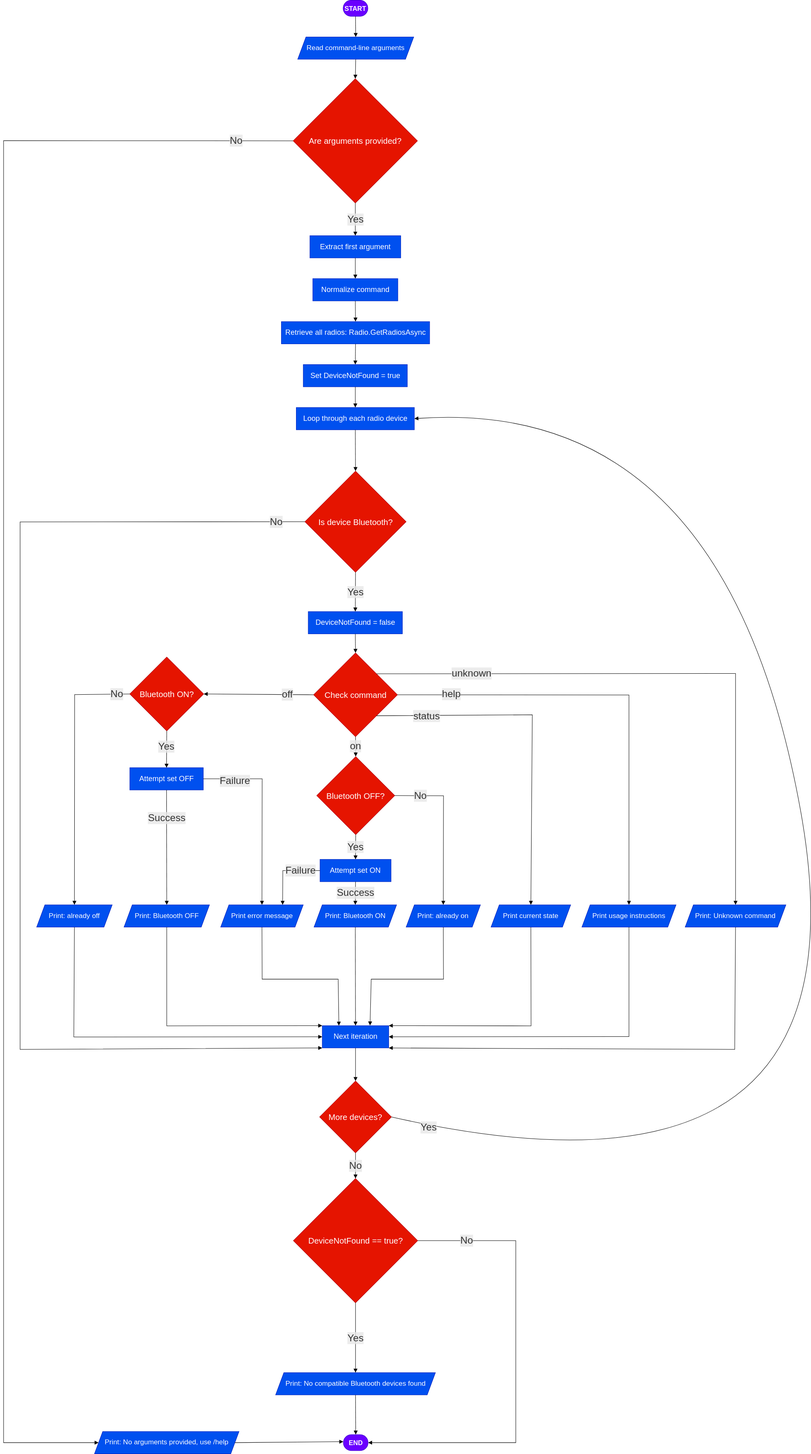
Earlier version of the draw.io export Bluetooth.drawio.svg (KiyomizuSuzu/Bluetooth). Source tidied: cells renumbered, new cells last; positions are measured from the earlier drawing's top-left corner, leaving out a move shared by most shapes.
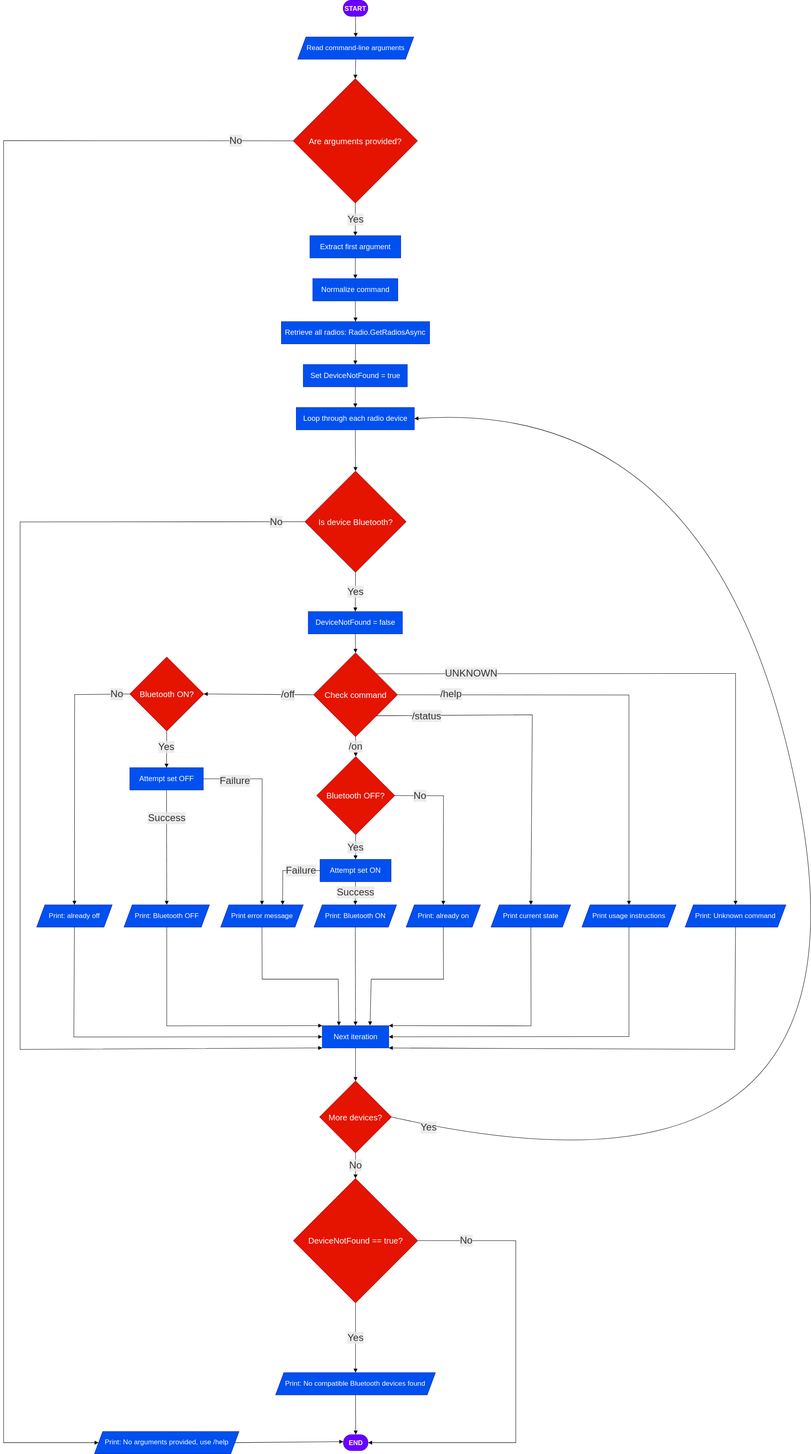
After the change.

Change to the diagram source:
```diff
@@ -138,7 +138,7 @@
     <mxCell id="43" style="curved=1;startArrow=none;endArrow=block;endSize=7;exitX=0.5;exitY=1;entryX=0.5;entryY=0;rounded=0;" parent="1" edge="1" source="14" target="15">
       <mxGeometry relative="1" as="geometry" />
     </mxCell>
-    <mxCell id="44" value="off" style="curved=1;startArrow=none;endArrow=block;endSize=7;html=1;fontSize=24;labelBackgroundColor=light-dark(#E8E8E88D,#2a2a2a8D);fontFamily=Trebuchet MS,Verdana,Arial,sans-serif;fontColor=light-dark(#333333,#cccccc);exitX=0;exitY=0.5;entryX=1;entryY=0.5;rounded=0;entryDx=0;entryDy=0;exitDx=0;exitDy=0;" parent="1" edge="1" source="15" target="16">
+    <mxCell id="44" value="/off" style="curved=1;startArrow=none;endArrow=block;endSize=7;html=1;fontSize=24;labelBackgroundColor=light-dark(#E8E8E88D,#2a2a2a8D);fontFamily=Trebuchet MS,Verdana,Arial,sans-serif;fontColor=light-dark(#333333,#cccccc);exitX=0;exitY=0.5;entryX=1;entryY=0.5;rounded=0;entryDx=0;entryDy=0;exitDx=0;exitDy=0;" parent="1" edge="1" source="15" target="16">
       <mxGeometry x="-0.53" relative="1" as="geometry" />
     </mxCell>
     <mxCell id="45" value="&lt;div&gt;No&lt;/div&gt;" style="curved=0;startArrow=none;endArrow=block;endSize=7;html=1;fontSize=24;labelBackgroundColor=light-dark(#E8E8E88D,#2a2a2a8D);fontFamily=Trebuchet MS,Verdana,Arial,sans-serif;fontColor=light-dark(#333333,#cccccc);exitX=0;exitY=0.5;rounded=0;exitDx=0;exitDy=0;entryX=0.5;entryY=0;entryDx=0;entryDy=0;" parent="1" edge="1" source="16" target="20">
@@ -161,7 +161,7 @@
     <mxCell id="48" value="Yes" style="curved=0;startArrow=none;endArrow=block;endSize=7;html=1;fontSize=24;labelBackgroundColor=light-dark(#E8E8E88D,#2a2a2a8D);fontFamily=Trebuchet MS,Verdana,Arial,sans-serif;fontColor=light-dark(#333333,#cccccc);exitX=0.5;exitY=1;rounded=0;exitDx=0;exitDy=0;entryX=0.5;entryY=0;entryDx=0;entryDy=0;" parent="1" edge="1" source="16" target="17">
       <mxGeometry x="-0.12" y="-1" relative="1" as="geometry" />
     </mxCell>
-    <mxCell id="49" value="on" style="curved=0;startArrow=none;endArrow=block;endSize=7;html=1;fontSize=24;labelBackgroundColor=light-dark(#E8E8E88D,#2a2a2a8D);fontFamily=Trebuchet MS,Verdana,Arial,sans-serif;fontColor=light-dark(#333333,#cccccc);exitX=0.5;exitY=1;entryX=0.5;entryY=0;rounded=0;exitDx=0;exitDy=0;" parent="1" edge="1" source="15" target="21">
+    <mxCell id="49" value="/on" style="curved=0;startArrow=none;endArrow=block;endSize=7;html=1;fontSize=24;labelBackgroundColor=light-dark(#E8E8E88D,#2a2a2a8D);fontFamily=Trebuchet MS,Verdana,Arial,sans-serif;fontColor=light-dark(#333333,#cccccc);exitX=0.5;exitY=1;entryX=0.5;entryY=0;rounded=0;exitDx=0;exitDy=0;" parent="1" edge="1" source="15" target="21">
       <mxGeometry relative="1" as="geometry" />
     </mxCell>
     <mxCell id="50" value="Yes" style="curved=1;startArrow=none;endArrow=block;endSize=7;html=1;fontSize=24;labelBackgroundColor=light-dark(#E8E8E88D,#2a2a2a8D);fontFamily=Trebuchet MS,Verdana,Arial,sans-serif;fontColor=light-dark(#333333,#cccccc);exitX=0.5;exitY=1;entryX=0.5;entryY=0;rounded=0;exitDx=0;exitDy=0;" parent="1" edge="1" source="21" target="22">
@@ -184,21 +184,21 @@
         </Array>
       </mxGeometry>
     </mxCell>
-    <mxCell id="54" value="status" style="curved=0;startArrow=none;endArrow=block;endSize=7;html=1;fontSize=24;labelBackgroundColor=light-dark(#E8E8E88D,#2a2a2a8D);fontFamily=Trebuchet MS,Verdana,Arial,sans-serif;fontColor=light-dark(#333333,#cccccc);entryX=0.5;entryY=0;rounded=0;exitX=1;exitY=1;exitDx=0;exitDy=0;" parent="1" edge="1" source="15" target="25">
+    <mxCell id="54" value="/status" style="curved=0;startArrow=none;endArrow=block;endSize=7;html=1;fontSize=24;labelBackgroundColor=light-dark(#E8E8E88D,#2a2a2a8D);fontFamily=Trebuchet MS,Verdana,Arial,sans-serif;fontColor=light-dark(#333333,#cccccc);entryX=0.5;entryY=0;rounded=0;exitX=1;exitY=1;exitDx=0;exitDy=0;" parent="1" edge="1" source="15" target="25">
       <mxGeometry x="-0.71" y="-1" relative="1" as="geometry">
         <Array as="points">
           <mxPoint x="1280" y="1730" />
         </Array>
       </mxGeometry>
     </mxCell>
-    <mxCell id="55" value="help" style="curved=0;startArrow=none;endArrow=block;endSize=7;html=1;fontSize=24;labelBackgroundColor=light-dark(#E8E8E88D,#2a2a2a8D);fontFamily=Trebuchet MS,Verdana,Arial,sans-serif;fontColor=light-dark(#333333,#cccccc);exitX=1;exitY=0.5;entryX=0.5;entryY=0;rounded=0;exitDx=0;exitDy=0;" parent="1" edge="1" source="15" target="26">
+    <mxCell id="55" value="/help" style="curved=0;startArrow=none;endArrow=block;endSize=7;html=1;fontSize=24;labelBackgroundColor=light-dark(#E8E8E88D,#2a2a2a8D);fontFamily=Trebuchet MS,Verdana,Arial,sans-serif;fontColor=light-dark(#333333,#cccccc);exitX=1;exitY=0.5;entryX=0.5;entryY=0;rounded=0;exitDx=0;exitDy=0;" parent="1" edge="1" source="15" target="26">
       <mxGeometry x="-0.76" y="2" relative="1" as="geometry">
         <Array as="points">
           <mxPoint x="1514" y="1682" />
         </Array>
       </mxGeometry>
     </mxCell>
-    <mxCell id="56" value="unknown" style="curved=0;startArrow=none;endArrow=block;endSize=7;html=1;fontSize=24;labelBackgroundColor=light-dark(#E8E8E88D,#2a2a2a8D);fontFamily=Trebuchet MS,Verdana,Arial,sans-serif;fontColor=light-dark(#333333,#cccccc);entryX=0.5;entryY=0;rounded=0;exitX=1;exitY=0;exitDx=0;exitDy=0;" parent="1" edge="1" source="15" target="27">
+    <mxCell id="56" value="UNKNOWN" style="curved=0;startArrow=none;endArrow=block;endSize=7;html=1;fontSize=24;labelBackgroundColor=light-dark(#E8E8E88D,#2a2a2a8D);fontFamily=Trebuchet MS,Verdana,Arial,sans-serif;fontColor=light-dark(#333333,#cccccc);entryX=0.5;entryY=0;rounded=0;exitX=1;exitY=0;exitDx=0;exitDy=0;" parent="1" edge="1" source="15" target="27">
       <mxGeometry x="-0.68" y="1" relative="1" as="geometry">
         <Array as="points">
           <mxPoint x="1772" y="1630" />
```
